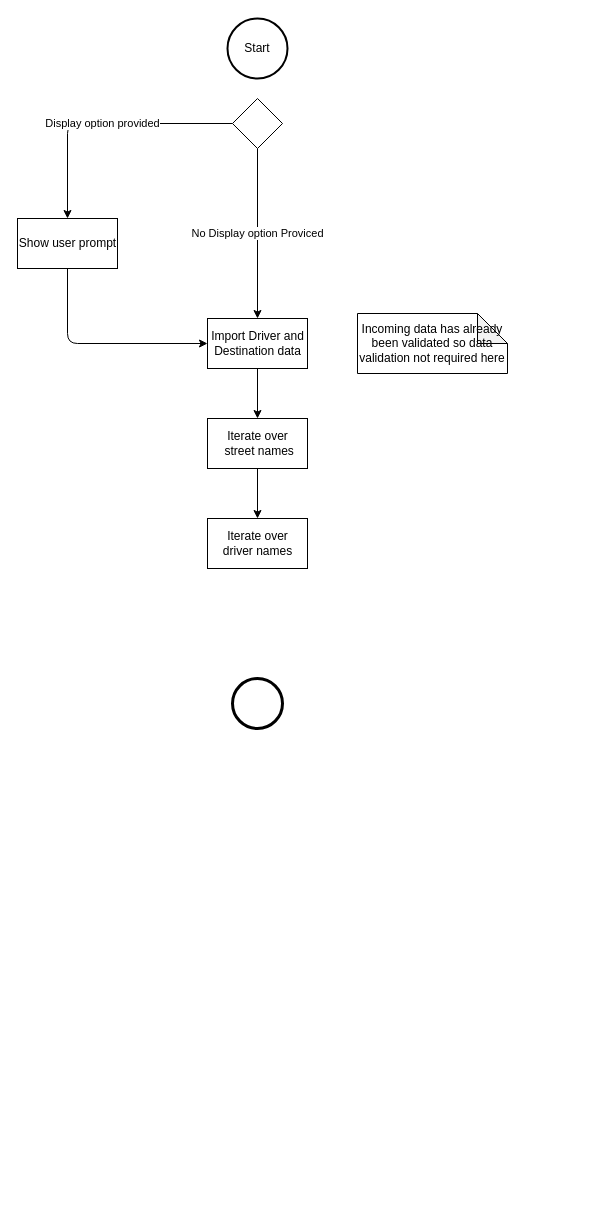
This is uml/UML.dio from jhutch2342/PlatSciSecretAlgo, a draw.io file, before an edit. Source tidied: cells renumbered, new cells numbered last; positions are measured from the earlier drawing's top-left corner, leaving out a move shared by most shapes. Both pictures are drawn from the tidied source at 100%, with x=0, y=0 at pixel (17, 18).
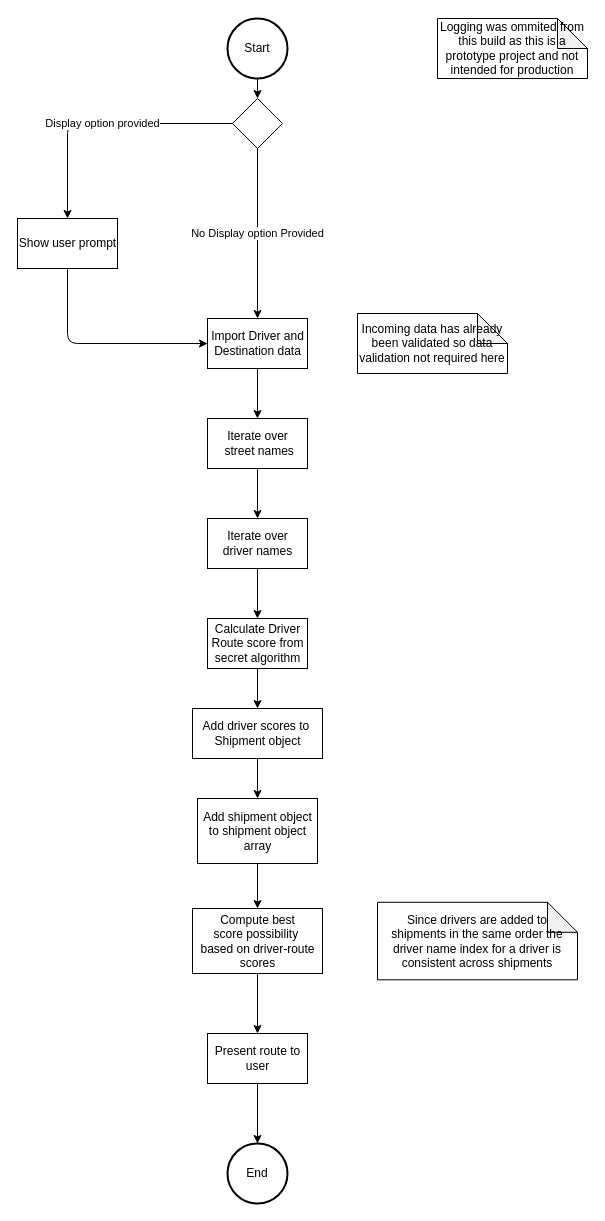
The same page after the edit.

Commit message (it also covers changes not shown here):
Modified shipmentsObject to include driver route matrix

The change refers to these unchanged cells:
```xml
<mxCell id="2" value="Start" style="strokeWidth=2;html=1;shape=mxgraph.flowchart.start_2;whiteSpace=wrap;" parent="1" vertex="1">
  <mxGeometry x="210" width="60" height="60" as="geometry" />
</mxCell>
<mxCell id="5" value="Import Driver and&lt;br&gt;Destination data" style="html=1;dashed=0;whitespace=wrap;" parent="1" vertex="1">
  <mxGeometry x="190" y="300" width="100" height="50" as="geometry" />
</mxCell>
<mxCell id="8" style="rhombus;whiteSpace=wrap;html=1;" parent="1" vertex="1">
  <mxGeometry x="215" y="80" width="50" height="50" as="geometry" />
</mxCell>
<mxCell id="14" value="Iterate over&lt;br&gt;driver names" style="html=1;dashed=0;whitespace=wrap;" parent="1" vertex="1">
  <mxGeometry x="190" y="500" width="100" height="50" as="geometry" />
</mxCell>
```

What changed in the source:
```diff
@@
+    <mxCell id="15" style="edgeStyle=none;html=1;entryX=0.5;entryY=0;entryDx=0;entryDy=0;" parent="1" edge="1" source="2" target="8">
+      <mxGeometry relative="1" as="geometry" />
+    </mxCell>
@@
-    <mxCell id="3" style="shape=mxgraph.bpmn.event;html=1;verticalLabelPosition=bottom;labelBackgroundColor=#ffffff;verticalAlign=top;align=center;perimeter=ellipsePerimeter;outline=end;symbol=terminate2;" parent="1" vertex="1">
-      <mxGeometry x="215" y="660" width="50" height="50" as="geometry" />
-    </mxCell>
@@
-    <mxCell id="7" value="No Display option Proviced" style="edgeStyle=none;html=1;" parent="1" edge="1" source="8" target="5">
+    <mxCell id="7" value="No Display option Provided" style="edgeStyle=none;html=1;" parent="1" edge="1" source="8" target="5">
       <mxGeometry relative="1" as="geometry" />
     </mxCell>
@@
+    <mxCell id="16" style="edgeStyle=none;html=1;entryX=0.5;entryY=0;entryDx=0;entryDy=0;" parent="1" edge="1" source="14" target="18">
+      <mxGeometry relative="1" as="geometry" />
+    </mxCell>
@@
+    <mxCell id="17" style="edgeStyle=none;html=1;entryX=0.5;entryY=0;entryDx=0;entryDy=0;" parent="1" edge="1" source="18" target="20">
+      <mxGeometry relative="1" as="geometry" />
+    </mxCell>
+    <mxCell id="18" value="Calculate Driver&lt;br&gt;Route score from&lt;br&gt;secret algorithm" style="html=1;dashed=0;whitespace=wrap;" parent="1" vertex="1">
+      <mxGeometry x="190" y="600" width="100" height="50" as="geometry" />
+    </mxCell>
+    <mxCell id="19" style="edgeStyle=none;html=1;entryX=0.5;entryY=0;entryDx=0;entryDy=0;" parent="1" edge="1" source="20" target="27">
+      <mxGeometry relative="1" as="geometry" />
+    </mxCell>
+    <mxCell id="20" value="Add driver scores to&amp;nbsp;&lt;br&gt;Shipment object" style="html=1;dashed=0;whitespace=wrap;" parent="1" vertex="1">
+      <mxGeometry x="175" y="690" width="130" height="50" as="geometry" />
+    </mxCell>
+    <mxCell id="21" style="edgeStyle=none;html=1;entryX=0.5;entryY=0;entryDx=0;entryDy=0;" parent="1" edge="1" source="22" target="24">
+      <mxGeometry relative="1" as="geometry" />
+    </mxCell>
+    <mxCell id="22" value="Compute best&lt;br&gt;score possibility&amp;nbsp;&lt;br&gt;based on driver-route&lt;br&gt;scores" style="html=1;dashed=0;whitespace=wrap;" parent="1" vertex="1">
+      <mxGeometry x="175" y="890" width="130" height="65" as="geometry" />
+    </mxCell>
+    <mxCell id="23" style="edgeStyle=none;html=1;entryX=0.5;entryY=0;entryDx=0;entryDy=0;entryPerimeter=0;" parent="1" edge="1" source="24" target="25">
+      <mxGeometry relative="1" as="geometry" />
+    </mxCell>
+    <mxCell id="24" value="Present route to&lt;br&gt;user" style="html=1;dashed=0;whitespace=wrap;" parent="1" vertex="1">
+      <mxGeometry x="190" y="1015" width="100" height="50" as="geometry" />
+    </mxCell>
+    <mxCell id="25" value="End" style="strokeWidth=2;html=1;shape=mxgraph.flowchart.start_2;whiteSpace=wrap;" parent="1" vertex="1">
+      <mxGeometry x="210" y="1125" width="60" height="60" as="geometry" />
+    </mxCell>
+    <mxCell id="26" style="edgeStyle=none;html=1;entryX=0.5;entryY=0;entryDx=0;entryDy=0;" parent="1" edge="1" source="27" target="22">
+      <mxGeometry relative="1" as="geometry" />
+    </mxCell>
+    <mxCell id="27" value="Add shipment object&lt;br&gt;to shipment object&lt;br&gt;array" style="html=1;dashed=0;whitespace=wrap;" parent="1" vertex="1">
+      <mxGeometry x="180" y="780" width="120" height="65" as="geometry" />
+    </mxCell>
+    <mxCell id="28" value="Logging was ommited from this build as this is a prototype project and not intended for production" style="shape=note;whiteSpace=wrap;html=1;backgroundOutline=1;darkOpacity=0.05;" parent="1" vertex="1">
+      <mxGeometry x="420" width="150" height="60" as="geometry" />
+    </mxCell>
+    <mxCell id="29" value="Since drivers are added to shipments in the same order the driver name index for a driver is consistent across shipments" style="shape=note;whiteSpace=wrap;html=1;backgroundOutline=1;darkOpacity=0.05;" parent="1" vertex="1">
+      <mxGeometry x="360" y="883.8" width="200" height="77.5" as="geometry" />
+    </mxCell>
```
